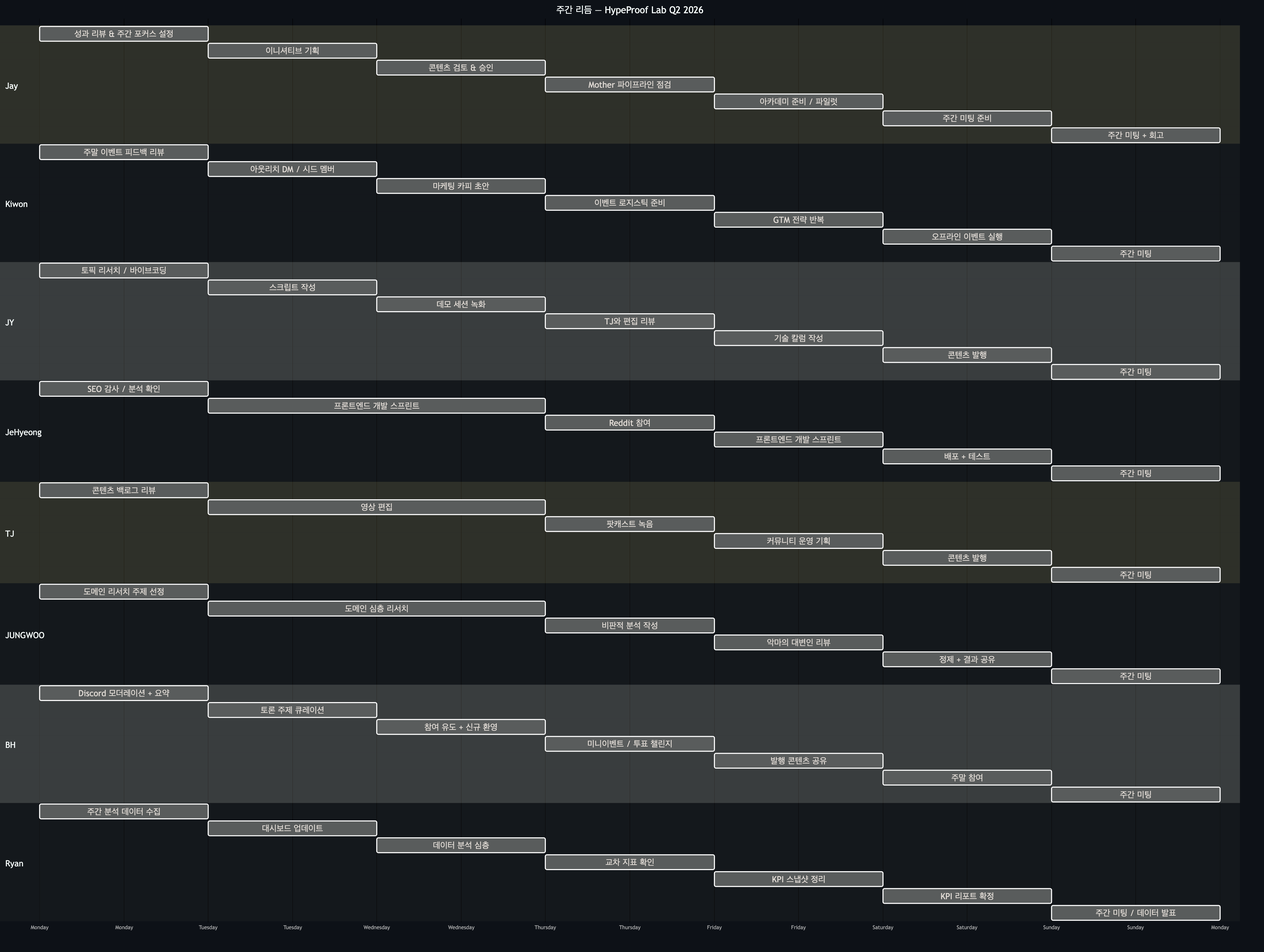
JeHyeong2/hypeprooflab keeps this Mermaid diagram as products/hypeproof-workflow-diagrams/d2-color.png. Above is the earlier version. Its source is kept beside it as products/hypeproof-workflow-diagrams/d2-color.mmd.
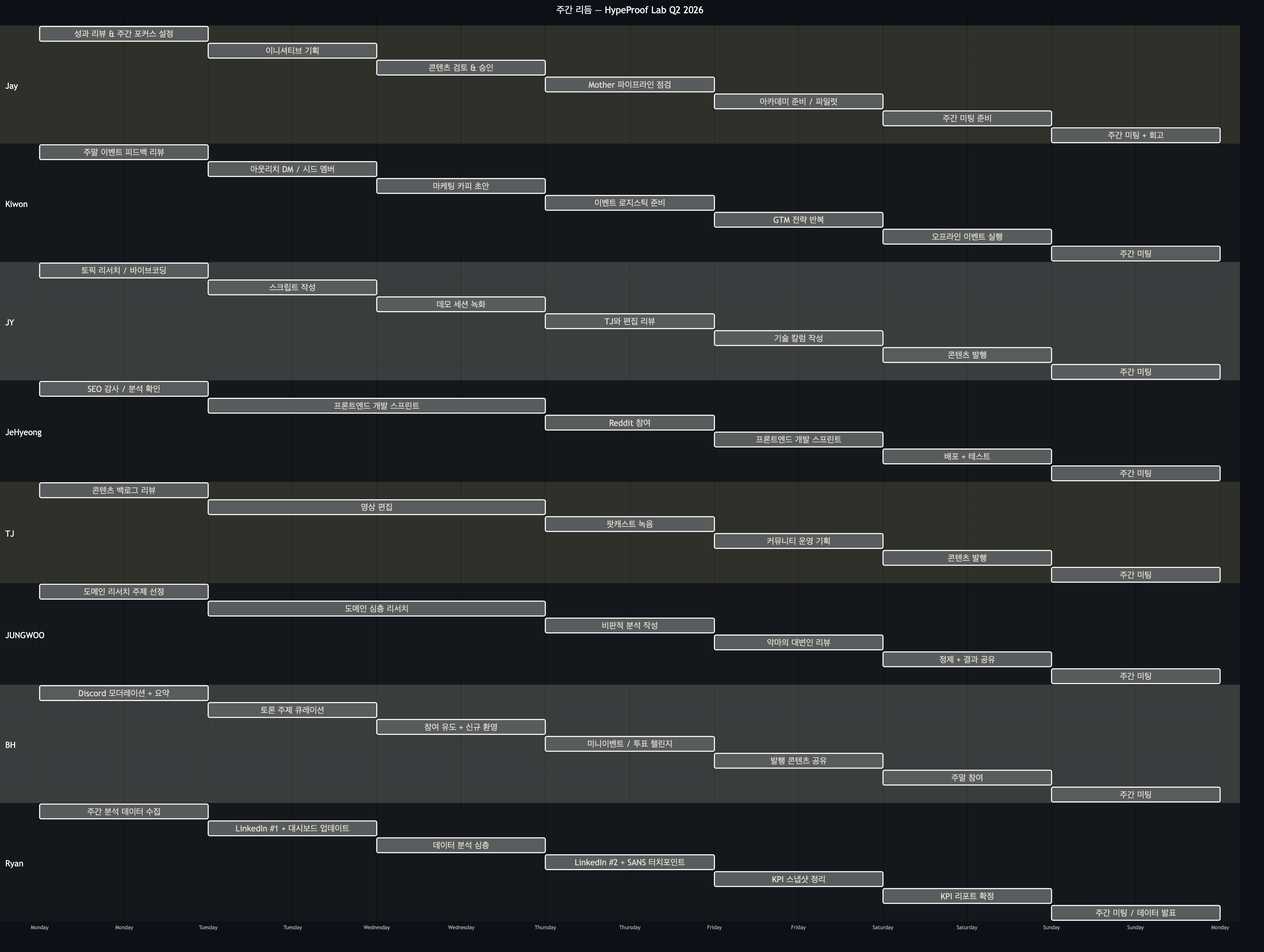
After the change.

Diff of the diagram source:
```diff
@@ -65,9 +65,9 @@
 
     section Ryan
     주간 분석 데이터 수집             :mon, 2026-04-06, 1d
-    대시보드 업데이트                 :tue, 2026-04-07, 1d
+    LinkedIn #1 + 대시보드 업데이트   :tue, 2026-04-07, 1d
     데이터 분석 심층                  :wed, 2026-04-08, 1d
-    교차 지표 확인                    :thu, 2026-04-09, 1d
+    LinkedIn #2 + SANS 터치포인트     :thu, 2026-04-09, 1d
     KPI 스냅샷 정리                   :fri, 2026-04-10, 1d
     KPI 리포트 확정                   :sat, 2026-04-11, 1d
     주간 미팅 / 데이터 발표           :sun, 2026-04-12, 1d
```
